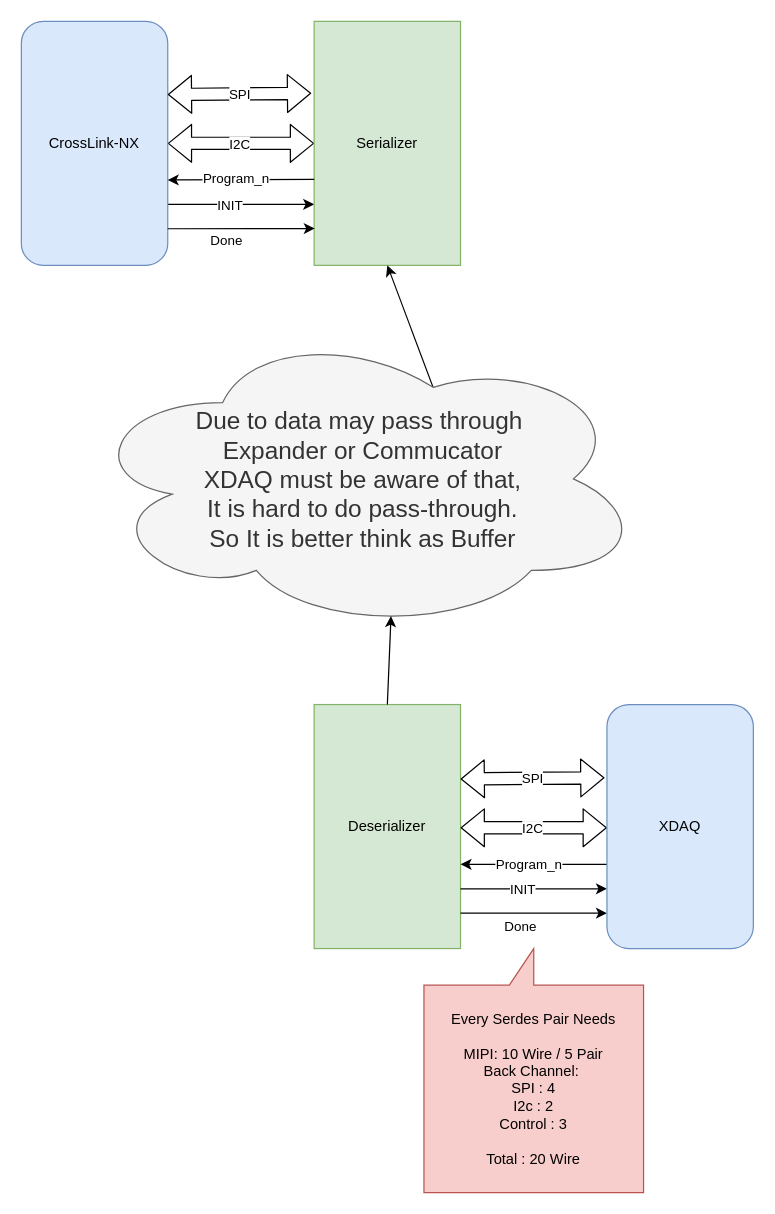
This is docs/diagrams/2026/Remote_Configure.dio from tzechienchu/mynotes, a draw.io file, before an edit. Source tidied: cells renumbered, new cells numbered last; positions are measured from the earlier drawing's top-left corner, leaving out a move shared by most shapes. Both pictures are drawn from the tidied source at 122%, with x=0, y=0 at pixel (21, 21).
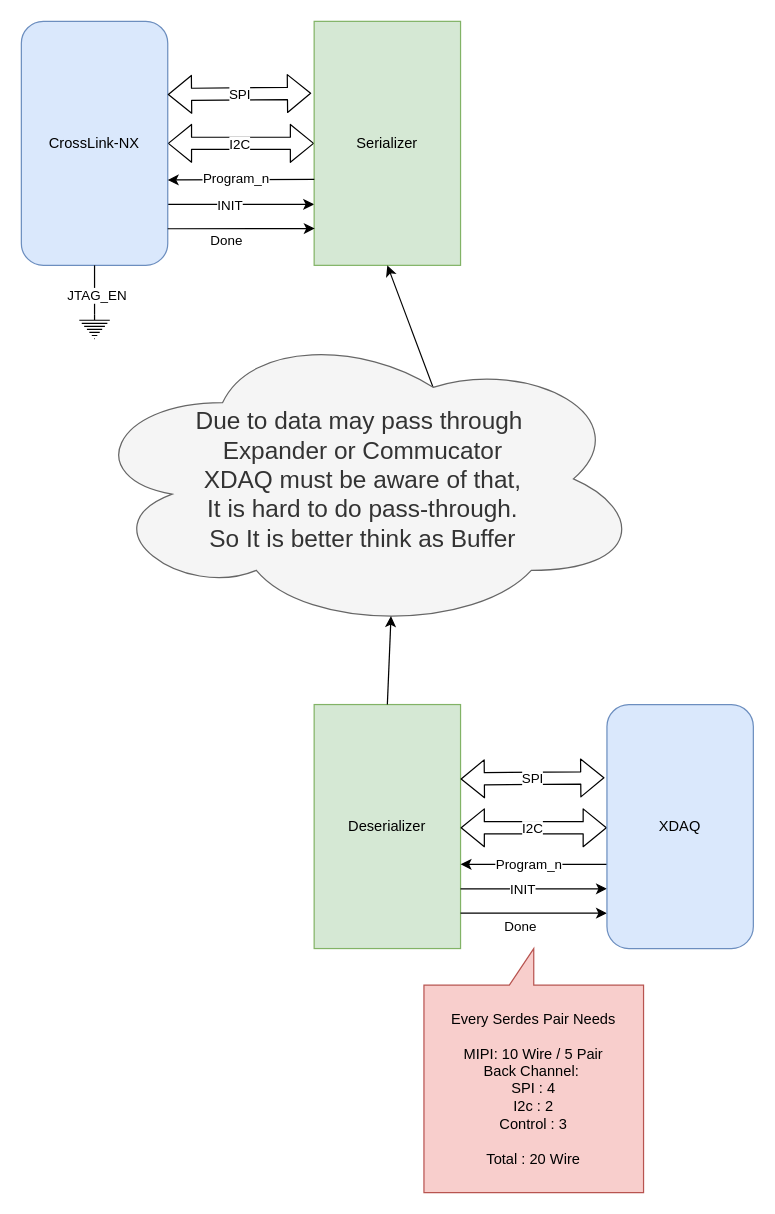
The same page after the edit.

The change refers to these unchanged cells:
```xml
<mxCell id="6" value="CrossLink-NX" style="rounded=1;whiteSpace=wrap;html=1;fillColor=#dae8fc;strokeColor=#6c8ebf;" parent="1" vertex="1">
  <mxGeometry width="120" height="200" as="geometry" />
</mxCell>
```

The edit, as a diff of the source:
```diff
@@
+    <mxCell id="30" style="edgeStyle=none;html=1;exitX=0.5;exitY=0;exitDx=0;exitDy=0;exitPerimeter=0;entryX=0.5;entryY=1;entryDx=0;entryDy=0;endArrow=none;endFill=0;" parent="1" edge="1" source="32" target="6">
+      <mxGeometry relative="1" as="geometry" />
+    </mxCell>
+    <mxCell id="31" value="JTAG_EN" style="edgeLabel;html=1;align=center;verticalAlign=middle;" parent="30" vertex="1">
+      <mxGeometry x="-0.21" y="-1" relative="1" as="geometry" />
+    </mxCell>
+    <mxCell id="32" style="verticalLabelPosition=bottom;shadow=0;dashed=0;align=center;html=1;verticalAlign=top;shape=mxgraph.electrical.signal_sources.protective_earth;" parent="1" vertex="1">
+      <mxGeometry x="47.5" y="240" width="25" height="20" as="geometry" />
+    </mxCell>
```
